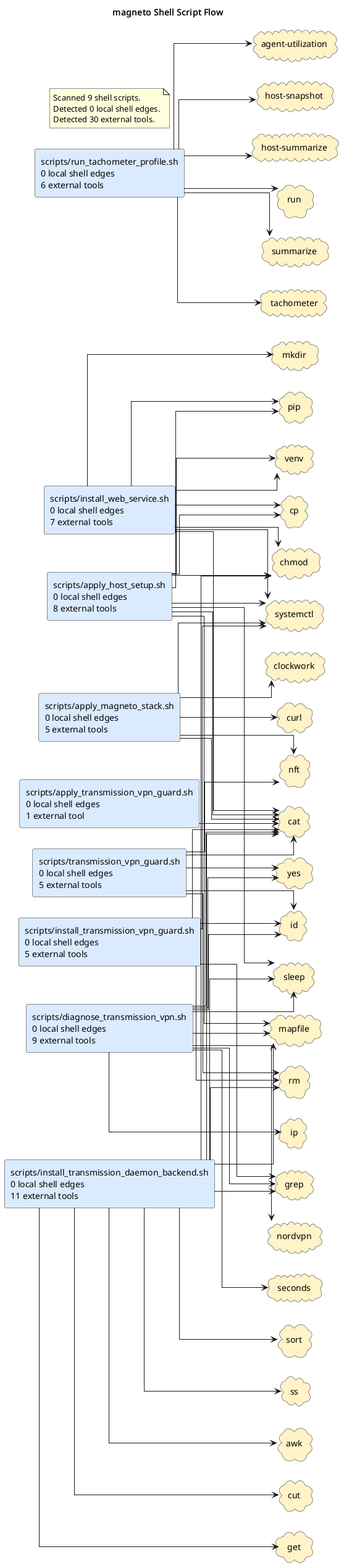
The PlantUML diagram docs/diagrams/shell-call-graph.puml.png in casonk/magneto, before a commit.
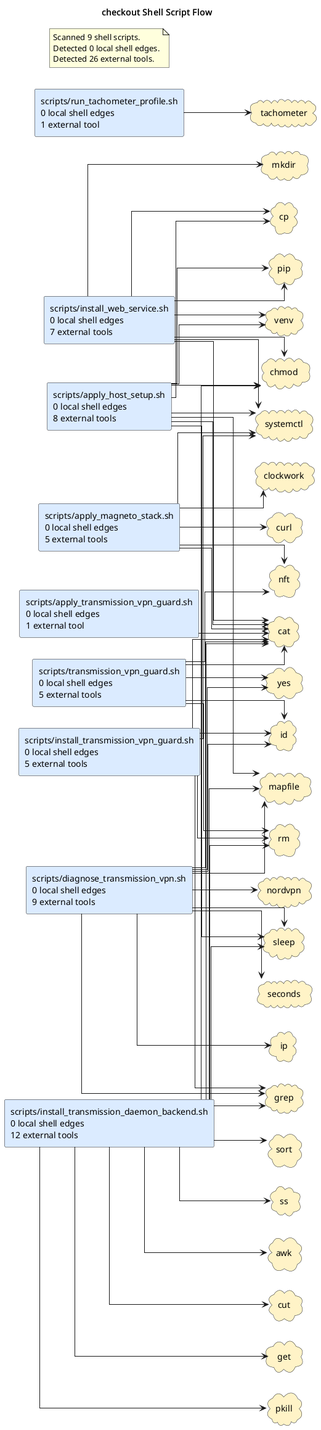
After the change.

The edit, as a diff of the source:
```diff
@@ -1,5 +1,5 @@
 @startuml
-title magneto Shell Script Flow
+title checkout Shell Script Flow
 left to right direction
 skinparam shadowing false
 skinparam defaultFontName Monospace
@@ -9,12 +9,11 @@
 rectangle "scripts/apply_magneto_stack.sh\n0 local shell edges\n5 external tools" as shell_scripts_apply_magneto_stack_sh #DBEAFE
 rectangle "scripts/apply_transmission_vpn_guard.sh\n0 local shell edges\n1 external tool" as shell_scripts_apply_transmission_vpn_guard_sh #DBEAFE
 rectangle "scripts/diagnose_transmission_vpn.sh\n0 local shell edges\n9 external tools" as shell_scripts_diagnose_transmission_vpn_sh #DBEAFE
-rectangle "scripts/install_transmission_daemon_backend.sh\n0 local shell edges\n11 external tools" as shell_scripts_install_transmission_daemon_backend_sh #DBEAFE
+rectangle "scripts/install_transmission_daemon_backend.sh\n0 local shell edges\n12 external tools" as shell_scripts_install_transmission_daemon_backend_sh #DBEAFE
 rectangle "scripts/install_transmission_vpn_guard.sh\n0 local shell edges\n5 external tools" as shell_scripts_install_transmission_vpn_guard_sh #DBEAFE
 rectangle "scripts/install_web_service.sh\n0 local shell edges\n7 external tools" as shell_scripts_install_web_service_sh #DBEAFE
-rectangle "scripts/run_tachometer_profile.sh\n0 local shell edges\n6 external tools" as shell_scripts_run_tachometer_profile_sh #DBEAFE
+rectangle "scripts/run_tachometer_profile.sh\n0 local shell edges\n1 external tool" as shell_scripts_run_tachometer_profile_sh #DBEAFE
 rectangle "scripts/transmission_vpn_guard.sh\n0 local shell edges\n5 external tools" as shell_scripts_transmission_vpn_guard_sh #DBEAFE
-cloud "agent-utilization" as tool_agent_utilization #FEF3C7
 cloud "awk" as tool_awk #FEF3C7
 cloud "cat" as tool_cat #FEF3C7
 cloud "chmod" as tool_chmod #FEF3C7
@@ -24,8 +23,6 @@
 cloud "cut" as tool_cut #FEF3C7
 cloud "get" as tool_get #FEF3C7
 cloud "grep" as tool_grep #FEF3C7
-cloud "host-snapshot" as tool_host_snapshot #FEF3C7
-cloud "host-summarize" as tool_host_summarize #FEF3C7
 cloud "id" as tool_id #FEF3C7
 cloud "ip" as tool_ip #FEF3C7
 cloud "mapfile" as tool_mapfile #FEF3C7
@@ -33,13 +30,12 @@
 cloud "nft" as tool_nft #FEF3C7
 cloud "nordvpn" as tool_nordvpn #FEF3C7
 cloud "pip" as tool_pip #FEF3C7
+cloud "pkill" as tool_pkill #FEF3C7
 cloud "rm" as tool_rm #FEF3C7
-cloud "run" as tool_run #FEF3C7
 cloud "seconds" as tool_seconds #FEF3C7
 cloud "sleep" as tool_sleep #FEF3C7
 cloud "sort" as tool_sort #FEF3C7
 cloud "ss" as tool_ss #FEF3C7
-cloud "summarize" as tool_summarize #FEF3C7
 cloud "systemctl" as tool_systemctl #FEF3C7
 cloud "tachometer" as tool_tachometer #FEF3C7
 cloud "venv" as tool_venv #FEF3C7
@@ -74,6 +70,7 @@
 shell_scripts_install_transmission_daemon_backend_sh --> tool_get
 shell_scripts_install_transmission_daemon_backend_sh --> tool_grep
 shell_scripts_install_transmission_daemon_backend_sh --> tool_mapfile
+shell_scripts_install_transmission_daemon_backend_sh --> tool_pkill
 shell_scripts_install_transmission_daemon_backend_sh --> tool_rm
 shell_scripts_install_transmission_daemon_backend_sh --> tool_sleep
 shell_scripts_install_transmission_daemon_backend_sh --> tool_sort
@@ -90,11 +87,6 @@
 shell_scripts_install_web_service_sh --> tool_pip
 shell_scripts_install_web_service_sh --> tool_systemctl
 shell_scripts_install_web_service_sh --> tool_venv
-shell_scripts_run_tachometer_profile_sh --> tool_agent_utilization
-shell_scripts_run_tachometer_profile_sh --> tool_host_snapshot
-shell_scripts_run_tachometer_profile_sh --> tool_host_summarize
-shell_scripts_run_tachometer_profile_sh --> tool_run
-shell_scripts_run_tachometer_profile_sh --> tool_summarize
 shell_scripts_run_tachometer_profile_sh --> tool_tachometer
 shell_scripts_transmission_vpn_guard_sh --> tool_cat
 shell_scripts_transmission_vpn_guard_sh --> tool_id
@@ -104,6 +96,6 @@
 note as shellGraphSummary
 Scanned 9 shell scripts.
 Detected 0 local shell edges.
-Detected 30 external tools.
+Detected 26 external tools.
 end note
 @enduml
```
